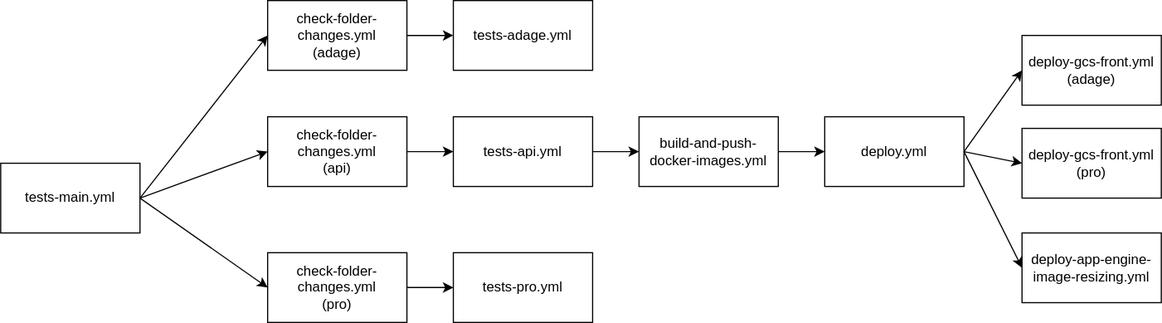
The draw.io diagram .github/workflows/img/test-main.drawio.svg in pass-culture/pass-culture-main, before a commit. Source tidied: cells renumbered, new cells last; positions are measured from the earlier drawing's top-left corner, leaving out a move shared by most shapes.
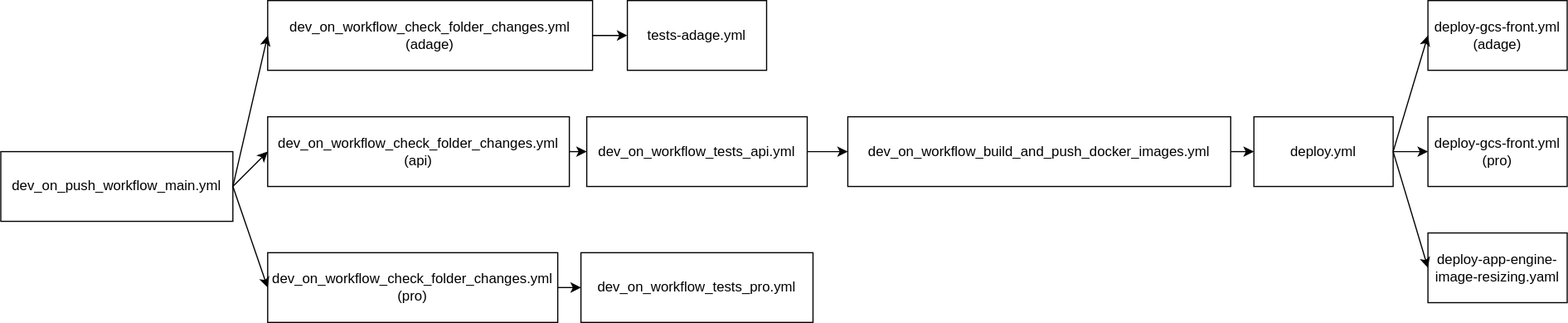
The same file after the commit.

The edit, as a diff of the source:
```diff
@@ -2,41 +2,41 @@
   <root>
     <mxCell id="0" />
     <mxCell id="1" parent="0" />
-    <mxCell id="2" value="tests-main.yml" style="whiteSpace=wrap;html=1;" parent="1" vertex="1">
-      <mxGeometry y="140" width="120" height="60" as="geometry" />
+    <mxCell id="2" value="dev_on_push_workflow_main.yml" style="whiteSpace=wrap;html=1;" parent="1" vertex="1">
+      <mxGeometry y="130" width="200" height="60" as="geometry" />
     </mxCell>
-    <mxCell id="3" value="check-folder-changes.yml&lt;br&gt;&lt;div&gt;(adage)&lt;/div&gt;" style="whiteSpace=wrap;html=1;" parent="1" vertex="1">
-      <mxGeometry x="230" width="120" height="60" as="geometry" />
+    <mxCell id="3" value="dev_on_workflow_check_folder_changes.yml&lt;br&gt;&lt;div&gt;(adage)&lt;/div&gt;" style="whiteSpace=wrap;html=1;" parent="1" vertex="1">
+      <mxGeometry x="230" width="280" height="60" as="geometry" />
     </mxCell>
-    <mxCell id="4" value="check-folder-changes.yml&lt;br&gt;&lt;div&gt;(api)&lt;/div&gt;" style="whiteSpace=wrap;html=1;" parent="1" vertex="1">
-      <mxGeometry x="230" y="100" width="120" height="60" as="geometry" />
+    <mxCell id="4" value="dev_on_workflow_check_folder_changes.yml&lt;br&gt;&lt;div&gt;(api)&lt;/div&gt;" style="whiteSpace=wrap;html=1;" parent="1" vertex="1">
+      <mxGeometry x="230" y="100" width="260" height="60" as="geometry" />
     </mxCell>
-    <mxCell id="5" value="check-folder-changes.yml&lt;br&gt;&lt;div&gt;(pro)&lt;/div&gt;" style="whiteSpace=wrap;html=1;" parent="1" vertex="1">
-      <mxGeometry x="230" y="217" width="120" height="60" as="geometry" />
+    <mxCell id="5" value="dev_on_workflow_check_folder_changes.yml&lt;div&gt;(pro)&lt;/div&gt;" style="whiteSpace=wrap;html=1;" parent="1" vertex="1">
+      <mxGeometry x="230" y="217" width="250" height="60" as="geometry" />
     </mxCell>
     <mxCell id="6" value="tests-adage.yml" style="whiteSpace=wrap;html=1;" parent="1" vertex="1">
-      <mxGeometry x="390" width="120" height="60" as="geometry" />
+      <mxGeometry x="540" width="120" height="60" as="geometry" />
     </mxCell>
-    <mxCell id="7" value="tests-api.yml" style="whiteSpace=wrap;html=1;" parent="1" vertex="1">
-      <mxGeometry x="390" y="100" width="120" height="60" as="geometry" />
+    <mxCell id="7" value="dev_on_workflow_tests_api.yml" style="whiteSpace=wrap;html=1;" parent="1" vertex="1">
+      <mxGeometry x="505" y="100" width="190" height="60" as="geometry" />
     </mxCell>
-    <mxCell id="8" value="tests-pro.yml" style="whiteSpace=wrap;html=1;" parent="1" vertex="1">
-      <mxGeometry x="390" y="217" width="120" height="60" as="geometry" />
+    <mxCell id="8" value="dev_on_workflow_tests_pro.yml" style="whiteSpace=wrap;html=1;" parent="1" vertex="1">
+      <mxGeometry x="500" y="217" width="200" height="60" as="geometry" />
     </mxCell>
-    <mxCell id="9" value="build-and-push-docker-images.yml" style="whiteSpace=wrap;html=1;" parent="1" vertex="1">
-      <mxGeometry x="550" y="100" width="120" height="60" as="geometry" />
+    <mxCell id="9" value="dev_on_workflow_build_and_push_docker_images.yml" style="whiteSpace=wrap;html=1;" parent="1" vertex="1">
+      <mxGeometry x="730" y="100" width="330" height="60" as="geometry" />
     </mxCell>
     <mxCell id="10" value="deploy.yml" style="whiteSpace=wrap;html=1;" parent="1" vertex="1">
-      <mxGeometry x="710" y="100" width="120" height="60" as="geometry" />
+      <mxGeometry x="1080" y="100" width="120" height="60" as="geometry" />
     </mxCell>
     <mxCell id="11" value="deploy-gcs-front.yml&lt;br&gt;&lt;div&gt;(adage)&lt;/div&gt;" style="whiteSpace=wrap;html=1;" parent="1" vertex="1">
-      <mxGeometry x="880" y="30" width="120" height="60" as="geometry" />
+      <mxGeometry x="1230" width="120" height="60" as="geometry" />
     </mxCell>
     <mxCell id="12" value="deploy-gcs-front.yml&lt;br&gt;&lt;div&gt;(pro)&lt;/div&gt;" style="whiteSpace=wrap;html=1;" parent="1" vertex="1">
-      <mxGeometry x="880" y="110" width="120" height="60" as="geometry" />
+      <mxGeometry x="1230" y="100" width="120" height="60" as="geometry" />
     </mxCell>
-    <mxCell id="13" value="deploy-app-engine-image-resizing.yml" style="whiteSpace=wrap;html=1;" parent="1" vertex="1">
-      <mxGeometry x="880" y="200" width="120" height="60" as="geometry" />
+    <mxCell id="13" value="deploy-app-engine-image-resizing.yaml" style="whiteSpace=wrap;html=1;" parent="1" vertex="1">
+      <mxGeometry x="1230" y="200" width="120" height="60" as="geometry" />
     </mxCell>
     <mxCell id="14" style="endArrow=classic;html=1;rounded=0;exitX=1;exitY=0.5;exitDx=0;exitDy=0;entryX=0;entryY=0.5;entryDx=0;entryDy=0;" parent="1" edge="1" source="2" target="3">
       <mxGeometry relative="1" as="geometry" />
```
